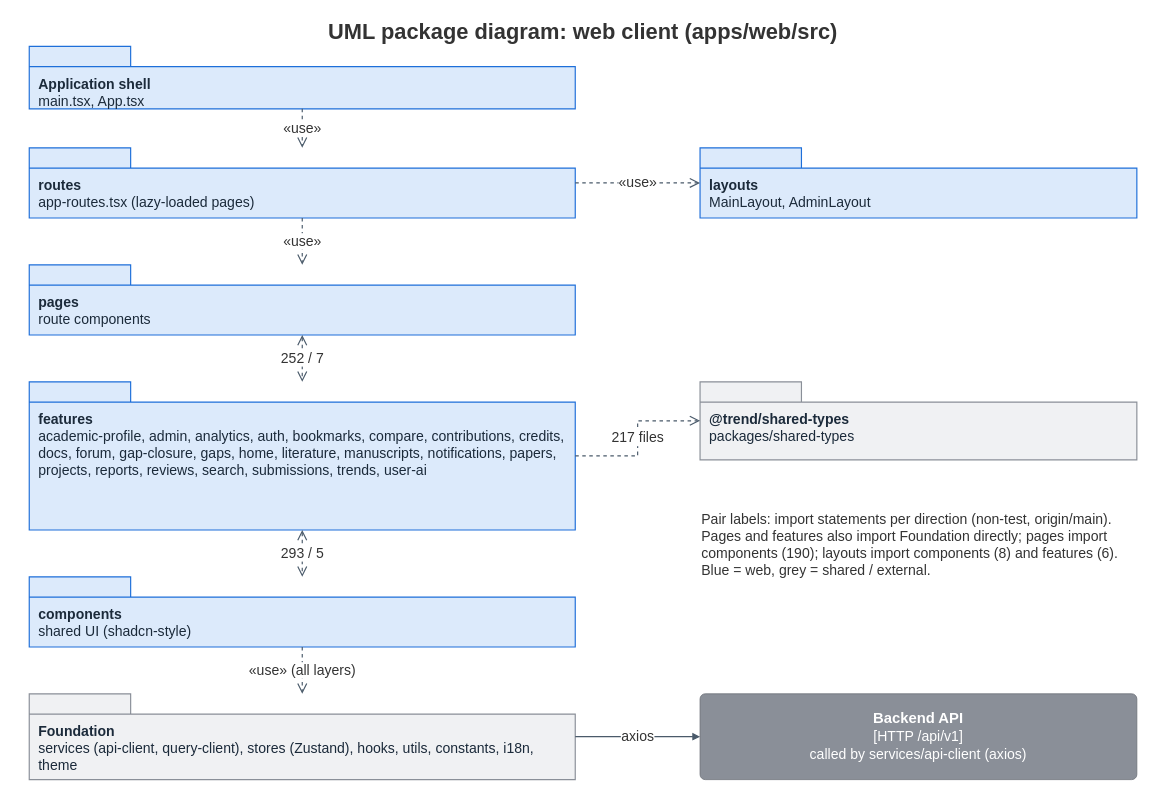
Khoa-Hoa-Technology-Solution-Company/lumi-gap keeps this draw.io diagram as docs/diagrams/report4/R4_Package_Web.drawio. Above is the earlier version. Source tidied: cells renumbered, new cells numbered last; positions are measured from the earlier drawing's top-left corner, leaving out a move shared by most shapes. Both pictures are drawn from the tidied source at 78%, with x=0, y=0 at pixel (13, 13).
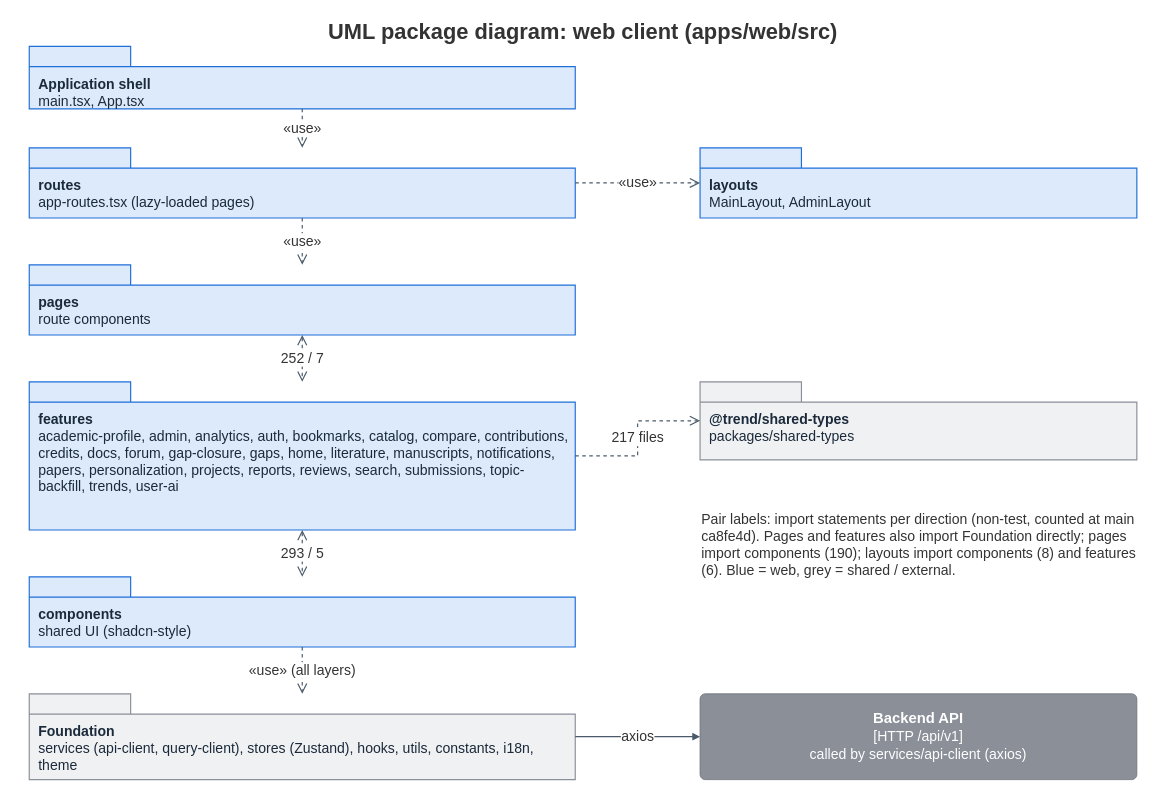
After the change.

Diff of the diagram source:
```diff
@@
-    <mxCell id="7" value="&lt;b&gt;features&lt;/b&gt;&lt;br&gt;academic-profile, admin, analytics, auth, bookmarks, compare, contributions, credits, docs, forum, gap-closure, gaps, home, literature, manuscripts, notifications, papers, projects, reports, reviews, search, submissions, trends, user-ai" style="shape=folder;tabWidth=130;tabHeight=26;tabPosition=left;whiteSpace=wrap;html=1;fillColor=#DCEAFB;strokeColor=#1E6FD9;strokeWidth=1.5;fontColor=#1B2A3A;fontSize=18;align=left;verticalAlign=top;spacingLeft=10;spacingTop=32;spacingRight=8;" parent="1" vertex="1">
+    <mxCell id="7" value="&lt;b&gt;features&lt;/b&gt;&lt;br&gt;academic-profile, admin, analytics, auth, bookmarks, catalog, compare, contributions, credits, docs, forum, gap-closure, gaps, home, literature, manuscripts, notifications, papers, personalization, projects, reports, reviews, search, submissions, topic-backfill, trends, user-ai" style="shape=folder;tabWidth=130;tabHeight=26;tabPosition=left;whiteSpace=wrap;html=1;fillColor=#DCEAFB;strokeColor=#1E6FD9;strokeWidth=1.5;fontColor=#1B2A3A;fontSize=18;align=left;verticalAlign=top;spacingLeft=10;spacingTop=32;spacingRight=8;" parent="1" vertex="1">
       <mxGeometry x="20" y="472" width="700" height="190" as="geometry" />
     </mxCell>
@@
-    <mxCell id="20" value="Pair labels: import statements per direction (non-test, origin/main). Pages and features also import Foundation directly; pages import components (190); layouts import components (8) and features (6). Blue = web, grey = shared / external." style="text;html=1;whiteSpace=wrap;align=left;verticalAlign=top;fontSize=18;fontColor=#333333;" parent="1" vertex="1">
+    <mxCell id="20" value="Pair labels: import statements per direction (non-test, counted at main ca8fe4d). Pages and features also import Foundation directly; pages import components (190); layouts import components (8) and features (6). Blue = web, grey = shared / external." style="text;html=1;whiteSpace=wrap;align=left;verticalAlign=top;fontSize=18;fontColor=#333333;" parent="1" vertex="1">
       <mxGeometry x="880" y="632" width="560" height="200" as="geometry" />
     </mxCell>
```
